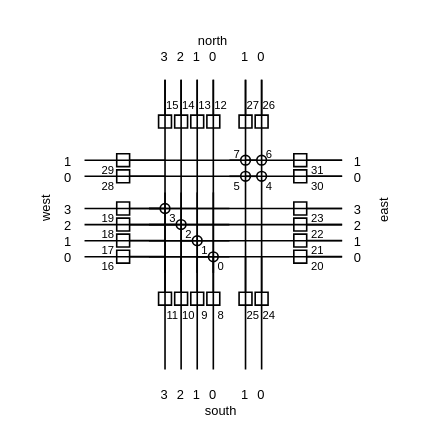
The draw.io diagram architecture/SW-box-architecture.drawio in mnemocron/my-discrete-fpga, before the edit. Source tidied: cells renumbered, new cells numbered last; positions are measured from the earlier drawing's top-left corner, leaving out a move shared by most shapes. Both pictures are drawn from the tidied source at 161%, with x=0, y=0 at pixel (3, 31).
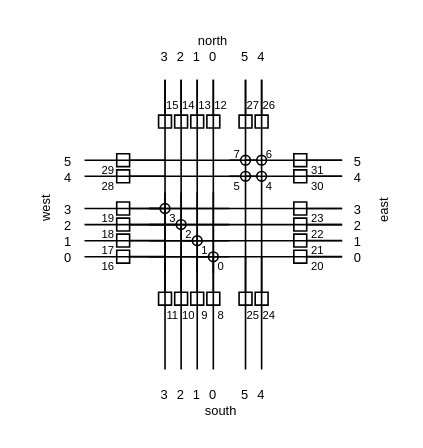
Above is the later version.

The edit, as a diff of the source:
```diff
@@
-    <mxCell id="63" value="&lt;font style=&quot;font-size: 8px;&quot;&gt;0&lt;/font&gt;" style="text;html=1;strokeColor=none;fillColor=none;align=center;verticalAlign=middle;whiteSpace=wrap;rounded=0;" parent="1" vertex="1">
+    <mxCell id="63" value="&lt;font style=&quot;font-size: 8px;&quot;&gt;4&lt;/font&gt;" style="text;html=1;strokeColor=none;fillColor=none;align=center;verticalAlign=middle;whiteSpace=wrap;rounded=0;" parent="1" vertex="1">
       <mxGeometry x="30" y="80" width="20" height="20" as="geometry" />
     </mxCell>
-    <mxCell id="64" value="&lt;font style=&quot;font-size: 8px;&quot;&gt;1&lt;/font&gt;" style="text;html=1;strokeColor=none;fillColor=none;align=center;verticalAlign=middle;whiteSpace=wrap;rounded=0;" parent="1" vertex="1">
+    <mxCell id="64" value="&lt;font style=&quot;font-size: 8px;&quot;&gt;5&lt;/font&gt;" style="text;html=1;strokeColor=none;fillColor=none;align=center;verticalAlign=middle;whiteSpace=wrap;rounded=0;" parent="1" vertex="1">
       <mxGeometry x="30" y="70" width="20" height="20" as="geometry" />
     </mxCell>
@@
-    <mxCell id="69" value="&lt;font style=&quot;font-size: 8px;&quot;&gt;0&lt;/font&gt;" style="text;html=1;strokeColor=none;fillColor=none;align=center;verticalAlign=middle;whiteSpace=wrap;rounded=0;" parent="1" vertex="1">
+    <mxCell id="69" value="&lt;font style=&quot;font-size: 8px;&quot;&gt;4&lt;/font&gt;" style="text;html=1;strokeColor=none;fillColor=none;align=center;verticalAlign=middle;whiteSpace=wrap;rounded=0;" parent="1" vertex="1">
       <mxGeometry x="150" y="220" width="20" height="10" as="geometry" />
     </mxCell>
-    <mxCell id="70" value="&lt;font style=&quot;font-size: 8px;&quot;&gt;1&lt;/font&gt;" style="text;html=1;strokeColor=none;fillColor=none;align=center;verticalAlign=middle;whiteSpace=wrap;rounded=0;" parent="1" vertex="1">
+    <mxCell id="70" value="&lt;font style=&quot;font-size: 8px;&quot;&gt;5&lt;/font&gt;" style="text;html=1;strokeColor=none;fillColor=none;align=center;verticalAlign=middle;whiteSpace=wrap;rounded=0;" parent="1" vertex="1">
       <mxGeometry x="140" y="220" width="20" height="10" as="geometry" />
     </mxCell>
@@
-    <mxCell id="79" value="&lt;font style=&quot;font-size: 8px;&quot;&gt;0&lt;/font&gt;" style="text;html=1;strokeColor=none;fillColor=none;align=center;verticalAlign=middle;whiteSpace=wrap;rounded=0;" parent="1" vertex="1">
+    <mxCell id="79" value="&lt;font style=&quot;font-size: 8px;&quot;&gt;4&lt;/font&gt;" style="text;html=1;strokeColor=none;fillColor=none;align=center;verticalAlign=middle;whiteSpace=wrap;rounded=0;" parent="1" vertex="1">
       <mxGeometry x="150" y="10" width="20" height="10" as="geometry" />
     </mxCell>
-    <mxCell id="80" value="&lt;font style=&quot;font-size: 8px;&quot;&gt;1&lt;/font&gt;" style="text;html=1;strokeColor=none;fillColor=none;align=center;verticalAlign=middle;whiteSpace=wrap;rounded=0;" parent="1" vertex="1">
+    <mxCell id="80" value="&lt;font style=&quot;font-size: 8px;&quot;&gt;5&lt;/font&gt;" style="text;html=1;strokeColor=none;fillColor=none;align=center;verticalAlign=middle;whiteSpace=wrap;rounded=0;" parent="1" vertex="1">
       <mxGeometry x="140" y="10" width="20" height="10" as="geometry" />
     </mxCell>
@@
-    <mxCell id="85" value="&lt;font style=&quot;font-size: 8px;&quot;&gt;0&lt;/font&gt;" style="text;html=1;strokeColor=none;fillColor=none;align=center;verticalAlign=middle;whiteSpace=wrap;rounded=0;" parent="1" vertex="1">
+    <mxCell id="85" value="&lt;font style=&quot;font-size: 8px;&quot;&gt;4&lt;/font&gt;" style="text;html=1;strokeColor=none;fillColor=none;align=center;verticalAlign=middle;whiteSpace=wrap;rounded=0;" parent="1" vertex="1">
       <mxGeometry x="210" y="80" width="20" height="20" as="geometry" />
     </mxCell>
-    <mxCell id="86" value="&lt;font style=&quot;font-size: 8px;&quot;&gt;1&lt;/font&gt;" style="text;html=1;strokeColor=none;fillColor=none;align=center;verticalAlign=middle;whiteSpace=wrap;rounded=0;" parent="1" vertex="1">
+    <mxCell id="86" value="&lt;font style=&quot;font-size: 8px;&quot;&gt;5&lt;/font&gt;" style="text;html=1;strokeColor=none;fillColor=none;align=center;verticalAlign=middle;whiteSpace=wrap;rounded=0;" parent="1" vertex="1">
       <mxGeometry x="210" y="70" width="20" height="20" as="geometry" />
     </mxCell>
```
